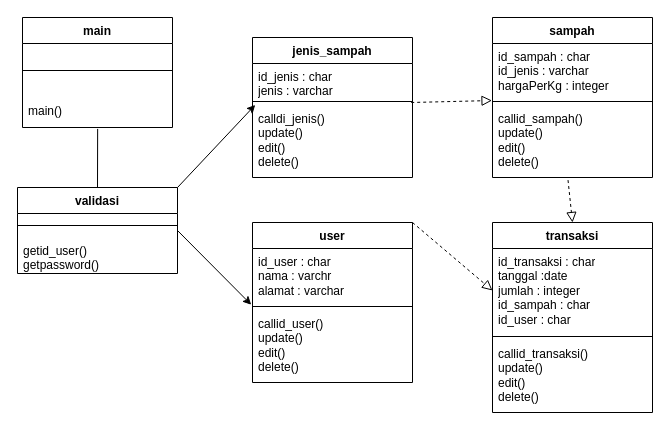
Above: page "class diagram" (2 of 13) of Untitled Diagram.drawio in dreamergirl01/uml_bankSampah (draw.io), before the change. Source tidied: cells renumbered, new cells numbered last; positions are measured from the earlier drawing's top-left corner, leaving out a move shared by most shapes. Both pictures are drawn from the tidied source at 100%, with x=0, y=0 at pixel (17, 17).
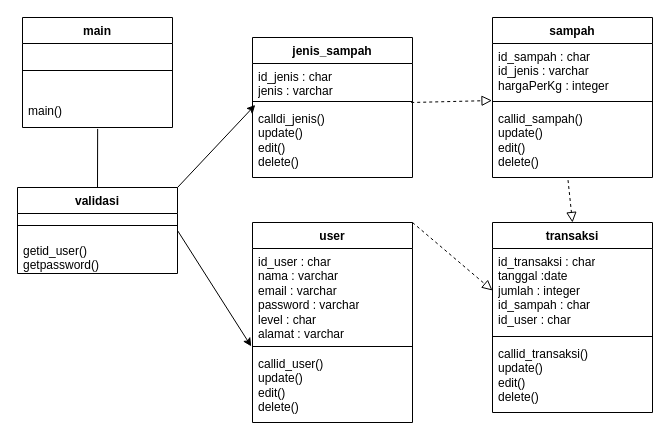
The same page after the edit.

The edit, as a diff of the source:
```diff
@@
     <mxCell id="23" value="user" style="swimlane;fontStyle=1;align=center;verticalAlign=top;horizontal=1;startSize=26;whiteSpace=wrap;html=1;" parent="1" vertex="1">
-      <mxGeometry x="235" y="205" width="160" height="160" as="geometry" />
+      <mxGeometry x="235" y="205" width="160" height="200" as="geometry" />
     </mxCell>
-    <mxCell id="24" value="id_user : char&lt;div&gt;nama : varchr&lt;/div&gt;&lt;div&gt;alamat : varchar&lt;/div&gt;" style="text;strokeColor=none;fillColor=none;align=left;verticalAlign=top;spacingLeft=4;spacingRight=4;overflow=hidden;points=[[0,0.5],[1,0.5]];portConstraint=eastwest;whiteSpace=wrap;html=1;" parent="23" vertex="1">
-      <mxGeometry y="26" width="160" height="54" as="geometry" />
+    <mxCell id="24" value="id_user : char&lt;div&gt;nama : varchar&lt;/div&gt;&lt;div&gt;email : varchar&lt;/div&gt;&lt;div&gt;password : varchar&lt;/div&gt;&lt;div&gt;level : char&lt;/div&gt;&lt;div&gt;alamat : varchar&lt;/div&gt;" style="text;strokeColor=none;fillColor=none;align=left;verticalAlign=top;spacingLeft=4;spacingRight=4;overflow=hidden;points=[[0,0.5],[1,0.5]];portConstraint=eastwest;whiteSpace=wrap;html=1;" parent="23" vertex="1">
+      <mxGeometry y="26" width="160" height="94" as="geometry" />
     </mxCell>
     <mxCell id="25" style="line;strokeWidth=1;fillColor=none;align=left;verticalAlign=middle;spacingTop=-1;spacingLeft=3;spacingRight=3;labelPosition=right;strokeColor=inherit;" parent="23" vertex="1">
-      <mxGeometry y="80" width="160" height="8" as="geometry" />
+      <mxGeometry y="120" width="160" height="8" as="geometry" />
     </mxCell>
     <mxCell id="26" value="callid_user()&lt;div&gt;update()&lt;/div&gt;&lt;div&gt;edit()&lt;/div&gt;&lt;div&gt;delete()&lt;/div&gt;" style="text;strokeColor=none;fillColor=none;align=left;verticalAlign=top;spacingLeft=4;spacingRight=4;overflow=hidden;whiteSpace=wrap;html=1;" parent="23" vertex="1">
-      <mxGeometry y="88" width="160" height="72" as="geometry" />
+      <mxGeometry y="128" width="160" height="72" as="geometry" />
     </mxCell>
```
